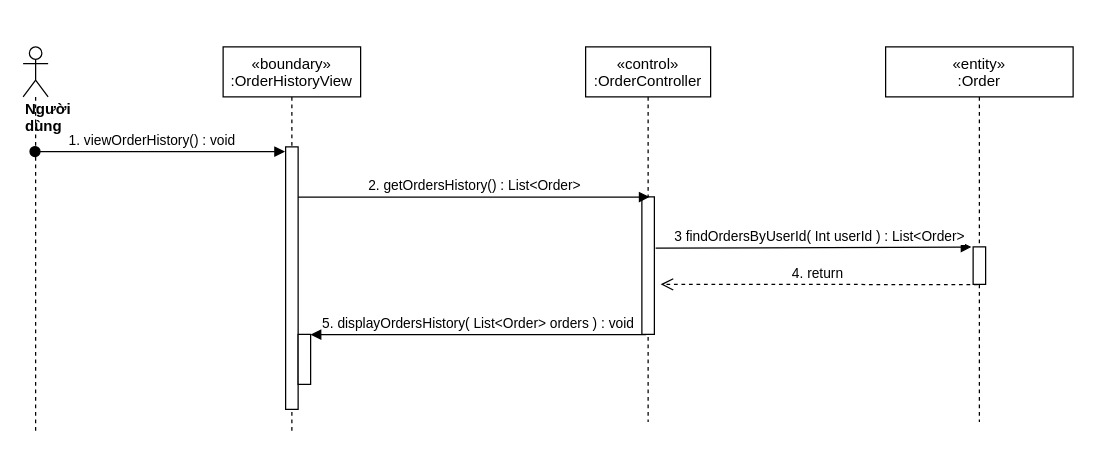
Above: sequence diagram/getOrderHistory-sequence.drawio in nguyenphamvan/datn_20202 (draw.io), before the change. Source tidied: cells renumbered, new cells numbered last; positions are measured from the earlier drawing's top-left corner, leaving out a move shared by most shapes. Both pictures are drawn from the tidied source at 125%, with x=0, y=0 at pixel (22, 46).
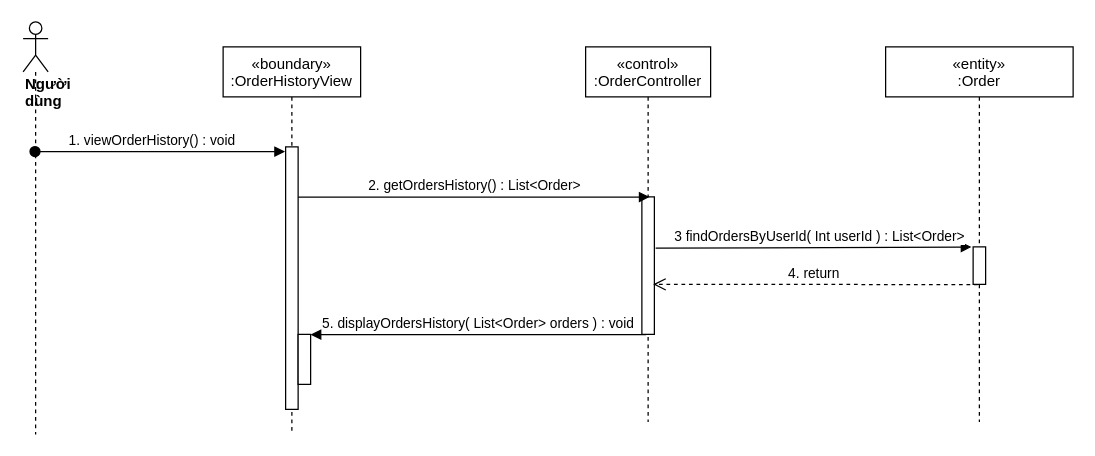
The same diagram, later.

The edit, as a diff of the source:
```diff
@@
 <mxGraphModel>
   <root>
     <mxCell id="0" />
     <mxCell id="1" parent="0" />
     <mxCell id="2" value="«boundary»&#10;:OrderHistoryView" style="shape=umlLifeline;perimeter=lifelinePerimeter;rounded=0;shadow=0;strokeWidth=1;" parent="1" vertex="1">
       <mxGeometry x="160" width="110" height="310" as="geometry" />
     </mxCell>
     <mxCell id="3" style="points=[];perimeter=orthogonalPerimeter;rounded=0;shadow=0;strokeWidth=1;" parent="2" vertex="1">
       <mxGeometry x="50" y="80" width="10" height="210" as="geometry" />
     </mxCell>
     <mxCell id="4" style="html=1;points=[];perimeter=orthogonalPerimeter;" parent="2" vertex="1">
       <mxGeometry x="60" y="230" width="10" height="40" as="geometry" />
     </mxCell>
     <mxCell id="5" value="«control»&#10;:OrderController" style="shape=umlLifeline;perimeter=lifelinePerimeter;rounded=0;shadow=0;strokeWidth=1;" parent="1" vertex="1">
       <mxGeometry x="450" width="100" height="300" as="geometry" />
     </mxCell>
     <mxCell id="6" style="points=[];perimeter=orthogonalPerimeter;rounded=0;shadow=0;strokeWidth=1;" parent="5" vertex="1">
       <mxGeometry x="45" y="120" width="10" height="110" as="geometry" />
     </mxCell>
     <mxCell id="7" value="&lt;div&gt;&lt;b&gt;Người dùng&lt;/b&gt;&lt;/div&gt;" style="shape=umlLifeline;participant=umlActor;perimeter=lifelinePerimeter;whiteSpace=wrap;html=1;verticalAlign=top;spacingTop=36;outlineConnect=0;align=left;" parent="1" vertex="1">
-      <mxGeometry width="20" height="310" as="geometry" />
+      <mxGeometry y="-20" width="20" height="330" as="geometry" />
     </mxCell>
     <mxCell id="8" value="1. viewOrderHistory() : void" style="verticalAlign=bottom;startArrow=oval;endArrow=block;startSize=8;shadow=0;strokeWidth=1;entryX=-0.05;entryY=0.018;entryDx=0;entryDy=0;entryPerimeter=0;" parent="1" edge="1" source="7" target="3">
       <mxGeometry x="-0.06" relative="1" as="geometry" />
     </mxCell>
     <mxCell id="9" value="2. getOrdersHistory() : List&amp;lt;Order&amp;gt;" style="html=1;verticalAlign=bottom;endArrow=block;entryX=0.617;entryY=0.001;entryDx=0;entryDy=0;entryPerimeter=0;" parent="1" edge="1" source="3" target="6">
       <mxGeometry relative="1" as="geometry" />
     </mxCell>
     <mxCell id="10" value="«entity»&#10;:Order" style="shape=umlLifeline;perimeter=lifelinePerimeter;rounded=0;shadow=0;strokeWidth=1;" parent="1" vertex="1">
       <mxGeometry x="690" width="150" height="300" as="geometry" />
     </mxCell>
     <mxCell id="11" style="points=[];perimeter=orthogonalPerimeter;rounded=0;shadow=0;strokeWidth=1;" parent="10" vertex="1">
       <mxGeometry x="70" y="160" width="10" height="30" as="geometry" />
     </mxCell>
     <mxCell id="12" value="3 findOrdersByUserId( Int userId ) : List&amp;lt;Order&amp;gt;" style="html=1;verticalAlign=bottom;endArrow=block;entryX=-0.133;entryY=0.004;entryDx=0;entryDy=0;entryPerimeter=0;exitX=1.1;exitY=0.373;exitDx=0;exitDy=0;exitPerimeter=0;" parent="1" edge="1" source="6" target="11">
       <mxGeometry x="0.04" relative="1" as="geometry" />
     </mxCell>
-    <mxCell id="13" value="4. return&amp;nbsp;" style="html=1;verticalAlign=bottom;endArrow=open;dashed=1;endSize=8;exitX=0.367;exitY=1.006;exitDx=0;exitDy=0;exitPerimeter=0;entryX=1.5;entryY=0.636;entryDx=0;entryDy=0;entryPerimeter=0;" parent="1" edge="1" source="11" target="6">
+    <mxCell id="13" value="4. return&amp;nbsp;" style="html=1;verticalAlign=bottom;endArrow=open;dashed=1;endSize=8;exitX=0.367;exitY=1.006;exitDx=0;exitDy=0;exitPerimeter=0;entryX=0.9;entryY=0.636;entryDx=0;entryDy=0;entryPerimeter=0;" parent="1" edge="1" source="11" target="6">
       <mxGeometry relative="1" as="geometry" />
     </mxCell>
     <mxCell id="14" value="5. displayOrdersHistory( List&lt;Order&gt; orders ) : void" style="verticalAlign=bottom;endArrow=block;shadow=0;strokeWidth=1;exitX=0.34;exitY=1.002;exitDx=0;exitDy=0;exitPerimeter=0;" parent="1" edge="1" source="6" target="4">
       <mxGeometry relative="1" as="geometry" />
     </mxCell>
   </root>
 </mxGraphModel>
```
